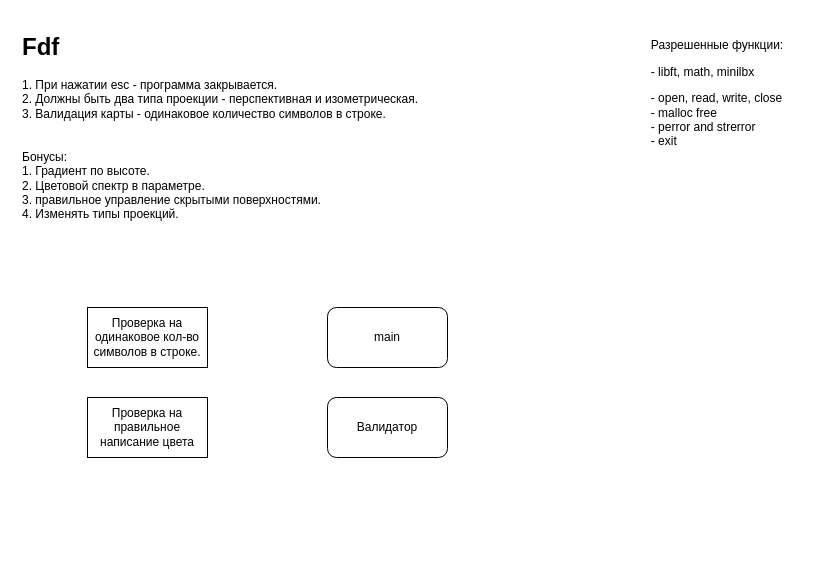
The draw.io diagram map.drawio in Yaroslew/Fdf, before the edit. Source tidied: cells renumbered, new cells numbered last; positions are measured from the earlier drawing's top-left corner, leaving out a move shared by most shapes. Both pictures are drawn from the tidied source at 100%, with x=0, y=0 at pixel (17, 17).
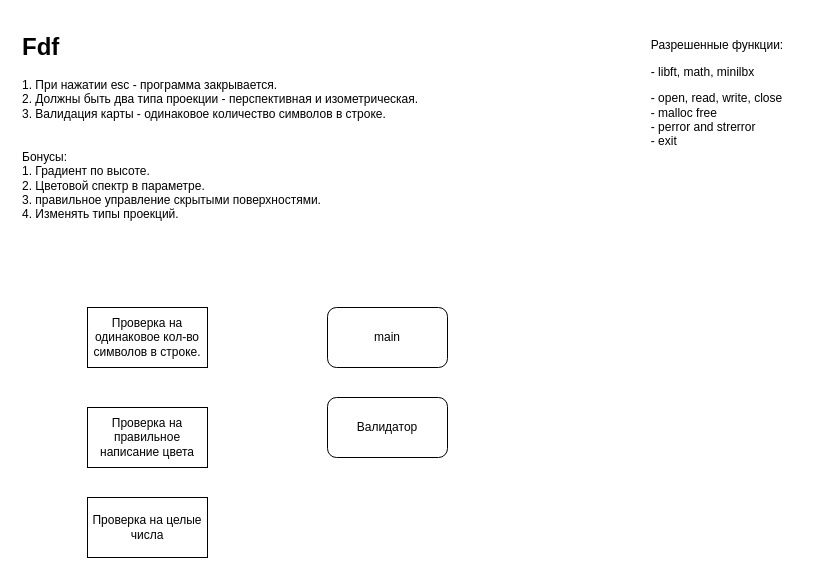
Above is the later version.

Diff of the diagram source:
```diff
@@
 <mxGraphModel>
   <root>
     <mxCell id="0" />
     <mxCell id="1" parent="0" />
     <mxCell id="2" value="&lt;h1&gt;Fdf&lt;/h1&gt;&lt;p&gt;&lt;/p&gt;1. При нажатии esc - программа закрывается.&lt;br&gt;2. Должны быть два типа проекции - перспективная и изометрическая.&lt;br&gt;3. Валидация карты - одинаковое количество символов в строке.&amp;nbsp;&lt;br&gt;&lt;br&gt;&lt;br&gt;Бонусы:&lt;br&gt;1. Градиент по высоте.&lt;br&gt;2. Цветовой спектр в параметре.&lt;br&gt;3. правильное управление скрытыми поверхностями.&amp;nbsp;&lt;br&gt;4. Изменять типы проекций.&lt;br&gt;&lt;br&gt;" style="text;html=1;strokeColor=none;fillColor=none;spacing=5;spacingTop=-20;whiteSpace=wrap;overflow=hidden;rounded=0;" parent="1" vertex="1">
       <mxGeometry y="10" width="620" height="210" as="geometry" />
     </mxCell>
     <mxCell id="3" value="&lt;p style=&quot;text-align: left&quot;&gt;Разрешенные функции:&lt;/p&gt;&lt;p style=&quot;text-align: left&quot;&gt;- libft, math, minilbx&lt;/p&gt;&lt;span&gt;&lt;div style=&quot;text-align: left&quot;&gt;&lt;span&gt;- open, read, write, close&lt;/span&gt;&lt;/div&gt;&lt;/span&gt;&lt;span&gt;&lt;div style=&quot;text-align: left&quot;&gt;&lt;span&gt;- malloc free&lt;/span&gt;&lt;/div&gt;&lt;/span&gt;&lt;span&gt;&lt;div style=&quot;text-align: left&quot;&gt;&lt;span&gt;- perror and strerror&lt;/span&gt;&lt;/div&gt;&lt;/span&gt;&lt;div style=&quot;text-align: left&quot;&gt;&lt;span&gt;- exit&lt;/span&gt;&lt;/div&gt;" style="text;html=1;strokeColor=none;fillColor=none;align=center;verticalAlign=middle;whiteSpace=wrap;rounded=0;" parent="1" vertex="1">
       <mxGeometry x="620" width="160" height="140" as="geometry" />
     </mxCell>
     <mxCell id="4" value="main" style="rounded=1;whiteSpace=wrap;html=1;" parent="1" vertex="1">
       <mxGeometry x="310" y="290" width="120" height="60" as="geometry" />
     </mxCell>
     <mxCell id="5" value="Валидатор" style="rounded=1;whiteSpace=wrap;html=1;" parent="1" vertex="1">
       <mxGeometry x="310" y="380" width="120" height="60" as="geometry" />
     </mxCell>
     <mxCell id="6" value="Проверка на одинаковое кол-во символов в строке." style="rounded=0;whiteSpace=wrap;html=1;" parent="1" vertex="1">
       <mxGeometry x="70" y="290" width="120" height="60" as="geometry" />
     </mxCell>
     <mxCell id="7" value="Проверка на правильное написание цвета" style="rounded=0;whiteSpace=wrap;html=1;" parent="1" vertex="1">
-      <mxGeometry x="70" y="380" width="120" height="60" as="geometry" />
+      <mxGeometry x="70" y="390" width="120" height="60" as="geometry" />
     </mxCell>
+    <mxCell id="8" value="Проверка на целые числа" style="rounded=0;whiteSpace=wrap;html=1;" parent="1" vertex="1">
+      <mxGeometry x="70" y="480" width="120" height="60" as="geometry" />
+    </mxCell>
   </root>
 </mxGraphModel>
```
